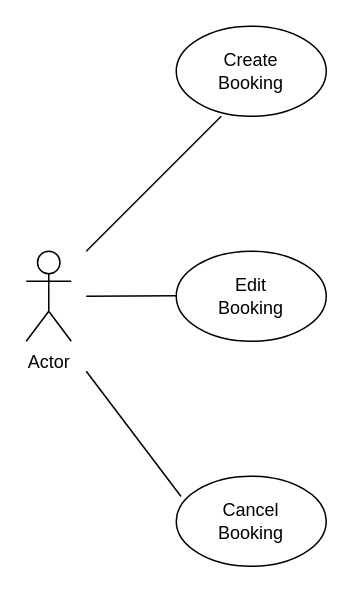
This is use_case.drawio from sagesaintsalem/ccfirstproject, a draw.io file, before an edit. Source tidied: cells renumbered, new cells numbered last; positions are measured from the earlier drawing's top-left corner, leaving out a move shared by most shapes. Both pictures are drawn from the tidied source at 150%, with x=0, y=0 at pixel (26, 26).
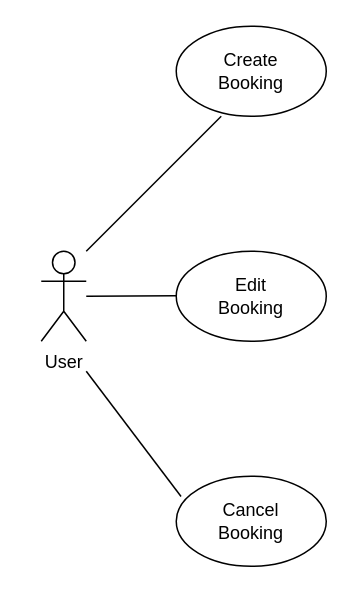
After the change.

The edit, as a diff of the source:
```diff
@@
 <mxGraphModel>
   <root>
     <mxCell id="0" />
     <mxCell id="1" parent="0" />
-    <mxCell id="2" value="Actor" style="shape=umlActor;verticalLabelPosition=bottom;verticalAlign=top;html=1;fillColor=none;" parent="1" vertex="1">
-      <mxGeometry y="150" width="30" height="60" as="geometry" />
+    <mxCell id="2" value="User" style="shape=umlActor;verticalLabelPosition=bottom;verticalAlign=top;html=1;fillColor=none;" parent="1" vertex="1">
+      <mxGeometry x="10" y="150" width="30" height="60" as="geometry" />
     </mxCell>
     <mxCell id="3" style="endArrow=none;html=1;rounded=0;" parent="1" edge="1">
       <mxGeometry relative="1" as="geometry">
         <mxPoint x="40" y="150" as="sourcePoint" />
         <mxPoint x="90" y="100" as="targetPoint" />
         <Array as="points">
           <mxPoint x="130" y="60" />
         </Array>
       </mxGeometry>
     </mxCell>
     <mxCell id="4" style="group;" parent="1" vertex="1">
       <mxGeometry x="100" y="300" width="100" height="60" as="geometry" />
     </mxCell>
     <mxCell id="5" style="ellipse;whiteSpace=wrap;html=1;fillColor=none;" parent="4" vertex="1">
       <mxGeometry width="100" height="60" as="geometry" />
     </mxCell>
     <mxCell id="6" value="Cancel Booking" style="text;html=1;strokeColor=none;fillColor=none;align=center;verticalAlign=middle;whiteSpace=wrap;rounded=0;" parent="4" vertex="1">
       <mxGeometry x="20" y="15" width="60" height="30" as="geometry" />
     </mxCell>
     <mxCell id="7" style="group;" parent="1" vertex="1">
       <mxGeometry x="100" y="150" width="100" height="60" as="geometry" />
     </mxCell>
     <mxCell id="8" style="ellipse;whiteSpace=wrap;html=1;fillColor=none;" parent="7" vertex="1">
       <mxGeometry width="100" height="60" as="geometry" />
     </mxCell>
     <mxCell id="9" value="Edit Booking" style="text;html=1;strokeColor=none;fillColor=none;align=center;verticalAlign=middle;whiteSpace=wrap;rounded=0;" parent="7" vertex="1">
       <mxGeometry x="20" y="15" width="60" height="30" as="geometry" />
     </mxCell>
     <mxCell id="10" style="group;" parent="1" vertex="1">
       <mxGeometry x="100" width="100" height="60" as="geometry" />
     </mxCell>
     <mxCell id="11" style="ellipse;whiteSpace=wrap;html=1;fillColor=none;" parent="10" vertex="1">
       <mxGeometry width="100" height="60" as="geometry" />
     </mxCell>
     <mxCell id="12" value="Create Booking" style="text;html=1;strokeColor=none;fillColor=none;align=center;verticalAlign=middle;whiteSpace=wrap;rounded=0;" parent="10" vertex="1">
       <mxGeometry x="20" y="15" width="60" height="30" as="geometry" />
     </mxCell>
     <mxCell id="13" style="endArrow=none;html=1;rounded=0;" parent="1" edge="1">
       <mxGeometry relative="1" as="geometry">
         <mxPoint x="40" y="180" as="sourcePoint" />
         <mxPoint x="100" y="179.7" as="targetPoint" />
       </mxGeometry>
     </mxCell>
     <mxCell id="14" style="endArrow=none;html=1;rounded=0;exitX=0.032;exitY=0.225;exitDx=0;exitDy=0;exitPerimeter=0;" parent="1" edge="1" source="5">
       <mxGeometry relative="1" as="geometry">
         <mxPoint x="40" y="230" as="targetPoint" />
       </mxGeometry>
     </mxCell>
   </root>
 </mxGraphModel>
```
